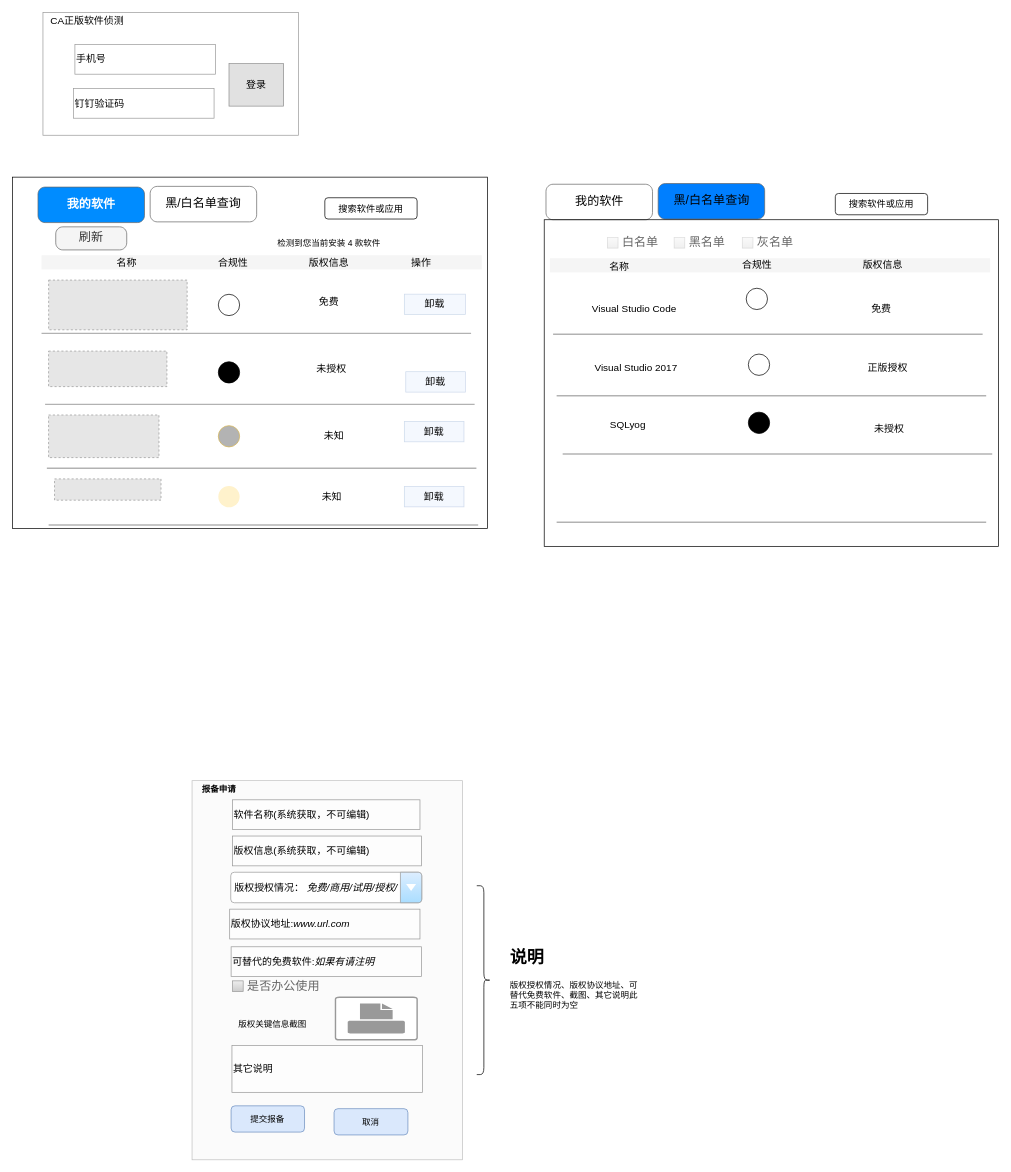
Above: page "客户端v3" (5 of 10) of 正版软件管理.drawio in mashifei/uml (draw.io), before the change. Source tidied: cells renumbered, new cells numbered last; positions are measured from the earlier drawing's top-left corner, leaving out a move shared by most shapes. Both pictures are drawn from the tidied source at 71%, with x=0, y=0 at pixel (12, 12). Pictures stored in the file or linked from it are replaced by grey dashed boxes.
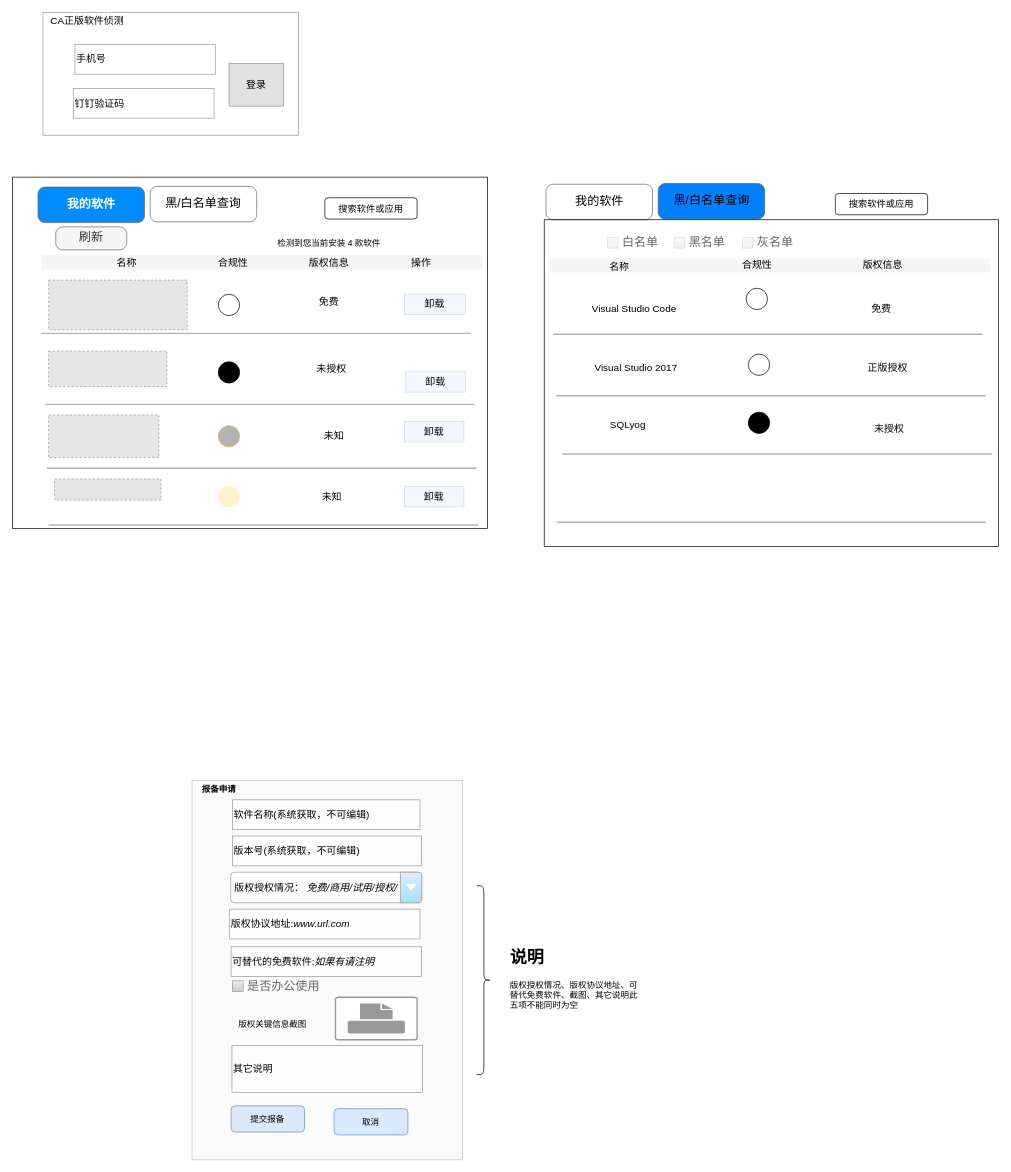
Above is the later version.

Change to the diagram source:
```diff
@@
-    <mxCell id="64" value="版权信息(系统获取，不可编辑)" style="rounded=0;whiteSpace=wrap;html=1;shadow=0;sketch=0;fontSize=14;opacity=40;align=left;" parent="1" vertex="1">
+    <mxCell id="64" value="版本号(系统获取，不可编辑)" style="rounded=0;whiteSpace=wrap;html=1;shadow=0;sketch=0;fontSize=14;opacity=40;align=left;" parent="1" vertex="1">
       <mxGeometry x="310" y="1160" width="266" height="42" as="geometry" />
     </mxCell>
```
